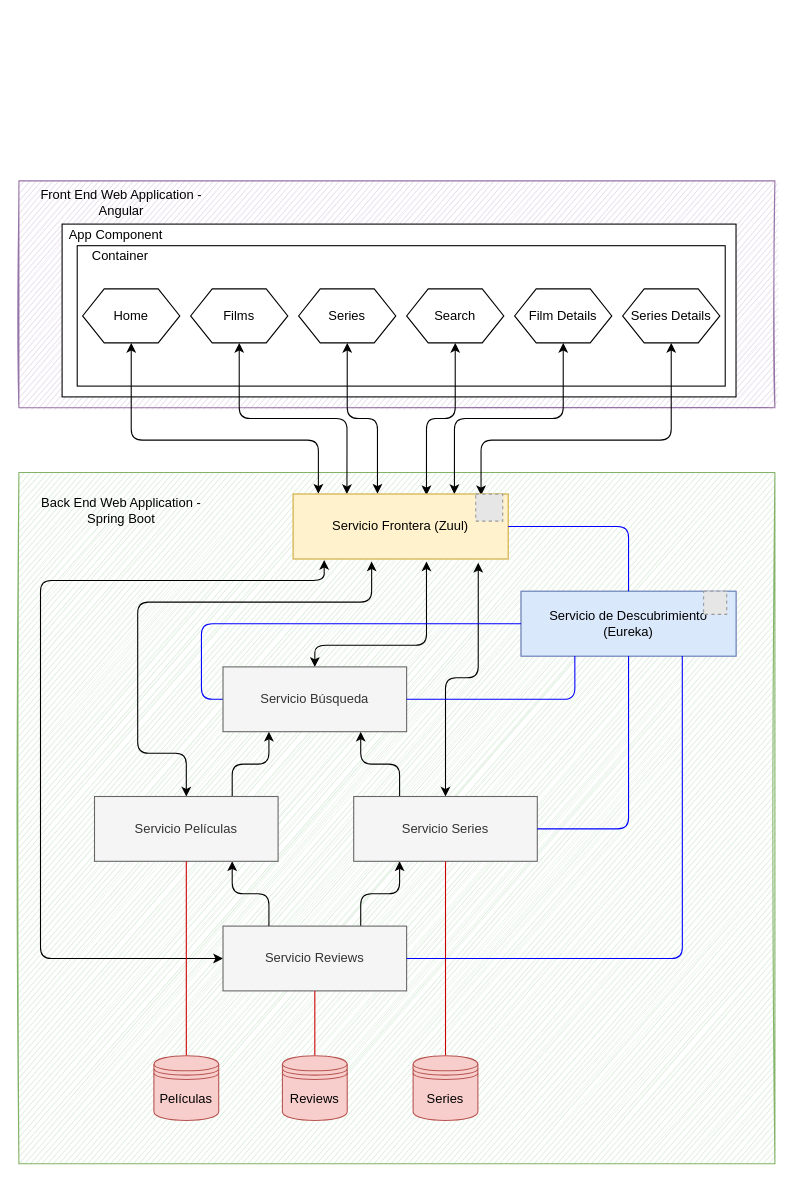
Before: AppTFG.drawio in SamuelGarciaG/TFG-Microservices-Netflix, a draw.io diagram. Source tidied: cells renumbered, new cells numbered last; positions are measured from the earlier drawing's top-left corner, leaving out a move shared by most shapes. Both pictures are drawn from the tidied source at 108%, with x=0, y=0 at pixel (18, 180). Pictures stored in the file or linked from it are replaced by grey dashed boxes.
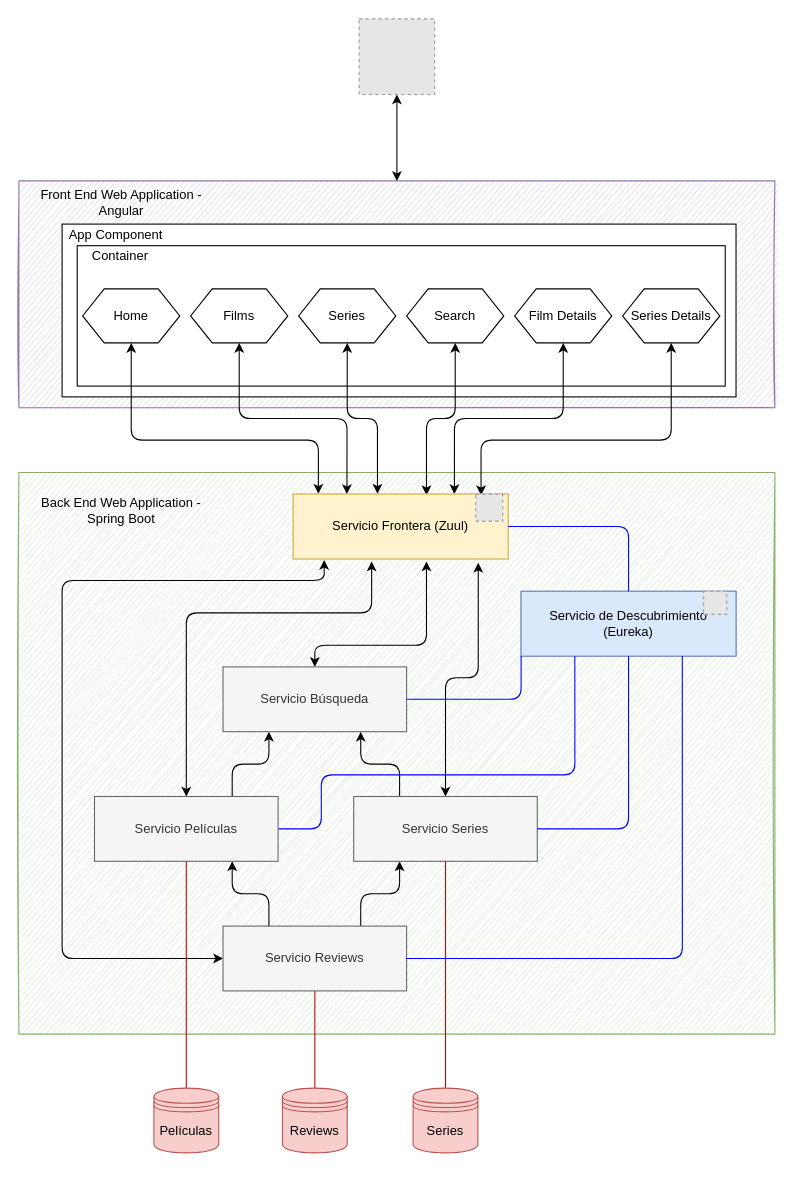
After the change.

Unchanged cells that the change refers to:
```xml
<mxCell id="2" style="rounded=0;whiteSpace=wrap;html=1;fillColor=#e1d5e7;strokeColor=#9673a6;sketch=1;" parent="1" vertex="1">
  <mxGeometry width="700" height="210" as="geometry" />
</mxCell>
<mxCell id="23" value="Servicio Frontera (Zuul)" style="rounded=0;whiteSpace=wrap;html=1;fillColor=#fff2cc;strokeColor=#d6b656;" parent="22" vertex="1">
  <mxGeometry width="199" height="60" as="geometry" />
</mxCell>
<mxCell id="27" value="&lt;div&gt;Servicio de Descubrimiento&lt;/div&gt;&lt;div&gt; (Eureka)&lt;/div&gt;" style="rounded=0;whiteSpace=wrap;html=1;fillColor=#dae8fc;strokeColor=#6c8ebf;" parent="26" vertex="1">
  <mxGeometry width="199" height="60" as="geometry" />
</mxCell>
<mxCell id="34" value="&lt;div&gt;Servicio Reviews&lt;br&gt;&lt;/div&gt;" style="rounded=0;whiteSpace=wrap;html=1;fillColor=#f5f5f5;strokeColor=#666666;fontColor=#333333;" parent="1" vertex="1">
  <mxGeometry x="189" y="690" width="170" height="60" as="geometry" />
</mxCell>
<mxCell id="38" value="&lt;div&gt;Servicio Búsqueda&lt;br&gt;&lt;/div&gt;" style="rounded=0;whiteSpace=wrap;html=1;fillColor=#f5f5f5;strokeColor=#666666;fontColor=#333333;" parent="1" vertex="1">
  <mxGeometry x="189" y="450" width="170" height="60" as="geometry" />
</mxCell>
<mxCell id="42" value="&lt;div&gt;Servicio Películas&lt;br&gt;&lt;/div&gt;" style="rounded=0;whiteSpace=wrap;html=1;fillColor=#f5f5f5;strokeColor=#666666;fontColor=#333333;" parent="1" vertex="1">
  <mxGeometry x="70" y="570" width="170" height="60" as="geometry" />
</mxCell>
```

Diff of the diagram source:
```diff
@@
     <mxCell id="5" style="rounded=0;whiteSpace=wrap;html=1;fillColor=#d5e8d4;strokeColor=#82b366;glass=0;sketch=1;shadow=0;" parent="1" vertex="1">
-      <mxGeometry y="270" width="700" height="640" as="geometry" />
+      <mxGeometry y="270" width="700" height="520" as="geometry" />
     </mxCell>
@@
     <mxCell id="33" style="edgeStyle=orthogonalEdgeStyle;rounded=1;jettySize=auto;html=1;exitX=0;exitY=0.5;exitDx=0;exitDy=0;entryX=0.144;entryY=1.017;entryDx=0;entryDy=0;entryPerimeter=0;startArrow=classic;startFill=1;endArrow=classic;endFill=1;strokeColor=#000000;" parent="1" edge="1" source="34" target="23">
       <mxGeometry relative="1" as="geometry">
         <Array as="points">
-          <mxPoint x="20" y="720" />
-          <mxPoint x="20" y="370" />
+          <mxPoint x="40" y="720" />
+          <mxPoint x="40" y="370" />
           <mxPoint x="283" y="370" />
         </Array>
       </mxGeometry>
     </mxCell>
@@
-    <mxCell id="37" style="edgeStyle=orthogonalEdgeStyle;rounded=1;jettySize=auto;html=1;exitX=0;exitY=0.5;exitDx=0;exitDy=0;entryX=0;entryY=0.5;entryDx=0;entryDy=0;startArrow=none;startFill=0;endArrow=none;endFill=0;fillColor=#dae8fc;strokeColor=#0000FF;" parent="1" edge="1" source="38" target="27">
+    <mxCell id="37" style="edgeStyle=orthogonalEdgeStyle;rounded=1;jettySize=auto;html=1;exitX=1;exitY=0.5;exitDx=0;exitDy=0;entryX=0;entryY=1;entryDx=0;entryDy=0;startArrow=none;startFill=0;endArrow=none;endFill=0;strokeColor=#0000FF;" parent="1" edge="1" source="38" target="27">
       <mxGeometry relative="1" as="geometry" />
     </mxCell>
@@
     <mxCell id="41" style="edgeStyle=orthogonalEdgeStyle;rounded=1;jettySize=auto;html=1;exitX=0.5;exitY=0;exitDx=0;exitDy=0;entryX=0.365;entryY=1.039;entryDx=0;entryDy=0;entryPerimeter=0;startArrow=classic;startFill=1;endArrow=classic;endFill=1;" parent="1" edge="1" source="42" target="23">
       <mxGeometry relative="1" as="geometry">
         <Array as="points">
-          <mxPoint x="155" y="530" />
-          <mxPoint x="110" y="530" />
-          <mxPoint x="110" y="390" />
-          <mxPoint x="327" y="390" />
+          <mxPoint x="155" y="400" />
+          <mxPoint x="327" y="400" />
         </Array>
       </mxGeometry>
     </mxCell>
+    <mxCell id="53" style="edgeStyle=orthogonalEdgeStyle;rounded=1;jettySize=auto;html=1;exitX=1;exitY=0.5;exitDx=0;exitDy=0;entryX=0.25;entryY=1;entryDx=0;entryDy=0;startArrow=none;startFill=0;endArrow=none;endFill=0;strokeColor=#0000FF;" parent="1" edge="1" source="42" target="27">
+      <mxGeometry relative="1" as="geometry">
+        <Array as="points">
+          <mxPoint x="280" y="600" />
+          <mxPoint x="280" y="550" />
+          <mxPoint x="515" y="550" />
+        </Array>
+      </mxGeometry>
+    </mxCell>
@@
     <mxCell id="44" value="Películas" style="shape=datastore;whiteSpace=wrap;html=1;rounded=0;shadow=0;glass=0;sketch=0;fillColor=#f8cecc;strokeColor=#b85450;" parent="1" vertex="1">
-      <mxGeometry x="125" y="810" width="60" height="60" as="geometry" />
+      <mxGeometry x="125" y="840" width="60" height="60" as="geometry" />
     </mxCell>
@@
     <mxCell id="46" value="Reviews" style="shape=datastore;whiteSpace=wrap;html=1;rounded=0;shadow=0;glass=0;sketch=0;fillColor=#f8cecc;strokeColor=#b85450;" parent="1" vertex="1">
-      <mxGeometry x="244" y="810" width="60" height="60" as="geometry" />
+      <mxGeometry x="244" y="840" width="60" height="60" as="geometry" />
     </mxCell>
@@
     <mxCell id="48" value="Series" style="shape=datastore;whiteSpace=wrap;html=1;rounded=0;shadow=0;glass=0;sketch=0;fillColor=#f8cecc;strokeColor=#b85450;" parent="1" vertex="1">
-      <mxGeometry x="365" y="810" width="60" height="60" as="geometry" />
+      <mxGeometry x="365" y="840" width="60" height="60" as="geometry" />
     </mxCell>
@@
-    <mxCell id="50" style="edgeStyle=orthogonalEdgeStyle;rounded=1;jettySize=auto;html=1;exitX=0.25;exitY=1;exitDx=0;exitDy=0;entryX=1;entryY=0.5;entryDx=0;entryDy=0;startArrow=none;startFill=0;endArrow=none;endFill=0;fillColor=#dae8fc;strokeColor=#0000FF;" parent="1" edge="1" source="27" target="38">
-      <mxGeometry relative="1" as="geometry" />
-    </mxCell>
@@
+    <mxCell id="54" style="edgeStyle=orthogonalEdgeStyle;rounded=1;jettySize=auto;html=1;exitX=0.5;exitY=1;exitDx=0;exitDy=0;entryX=0.5;entryY=0;entryDx=0;entryDy=0;startArrow=classic;startFill=1;endArrow=classic;endFill=1;" parent="1" edge="1" source="55" target="2">
+      <mxGeometry relative="1" as="geometry" />
+    </mxCell>
+    <mxCell id="55" style="fillColor=#E6E6E6;strokeColor=#999999;dashed=1;html=1;verticalAlign=top;verticalLabelPosition=bottom;labelBackgroundColor=#ffffff;" parent="1" vertex="1">
+      <mxGeometry x="315" y="-150" width="70" height="70" as="geometry" />
+    </mxCell>
```
